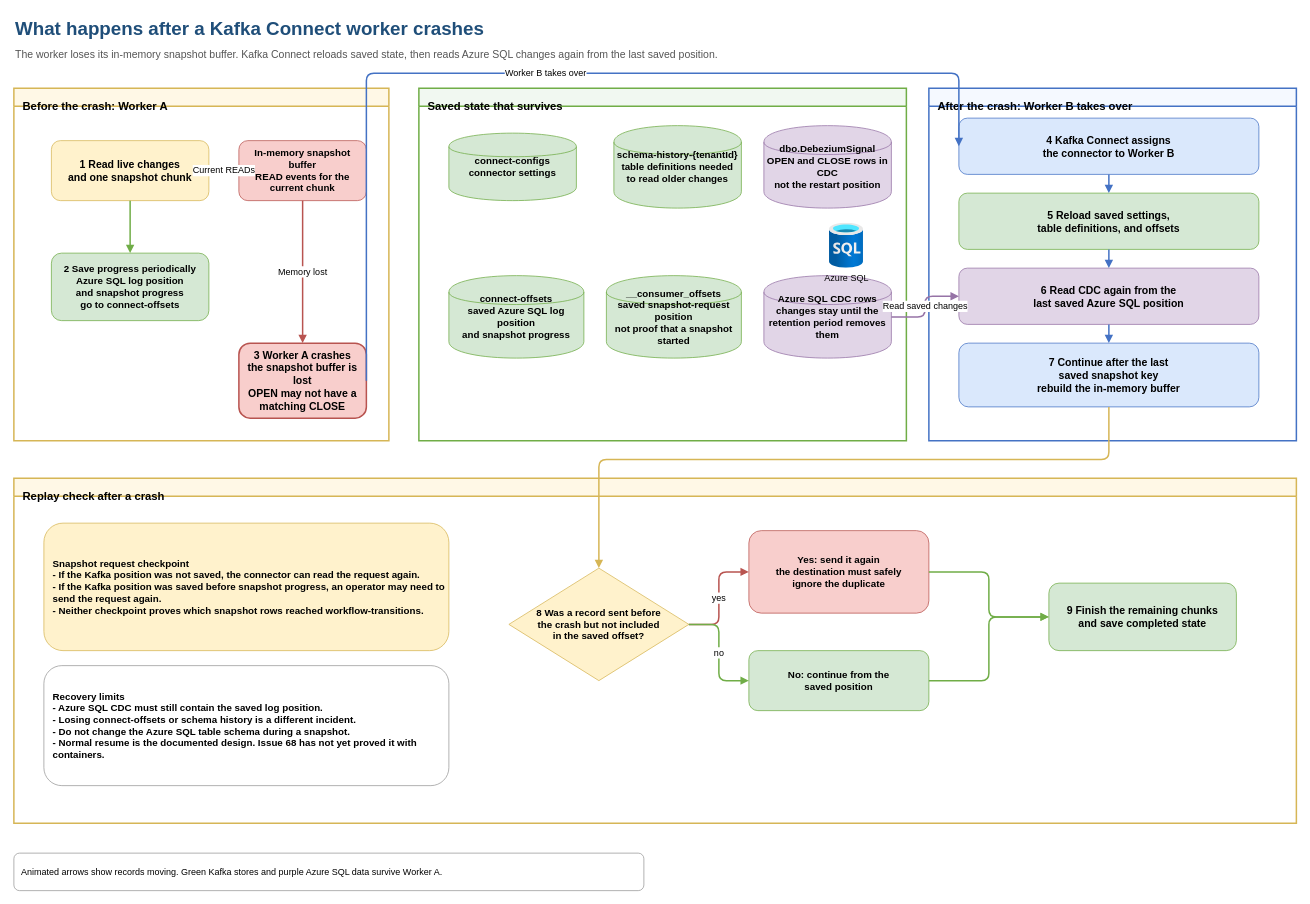
This is docs/diagrams/incremental-snapshot-recovery.drawio from collaborationwithothers/cdc-platform-azure, a draw.io file, before an edit. Source tidied: cells renumbered, new cells numbered last; positions are measured from the earlier drawing's top-left corner, leaving out a move shared by most shapes. Both pictures are drawn from the tidied source at 75%, with x=0, y=0 at pixel (14, 13).
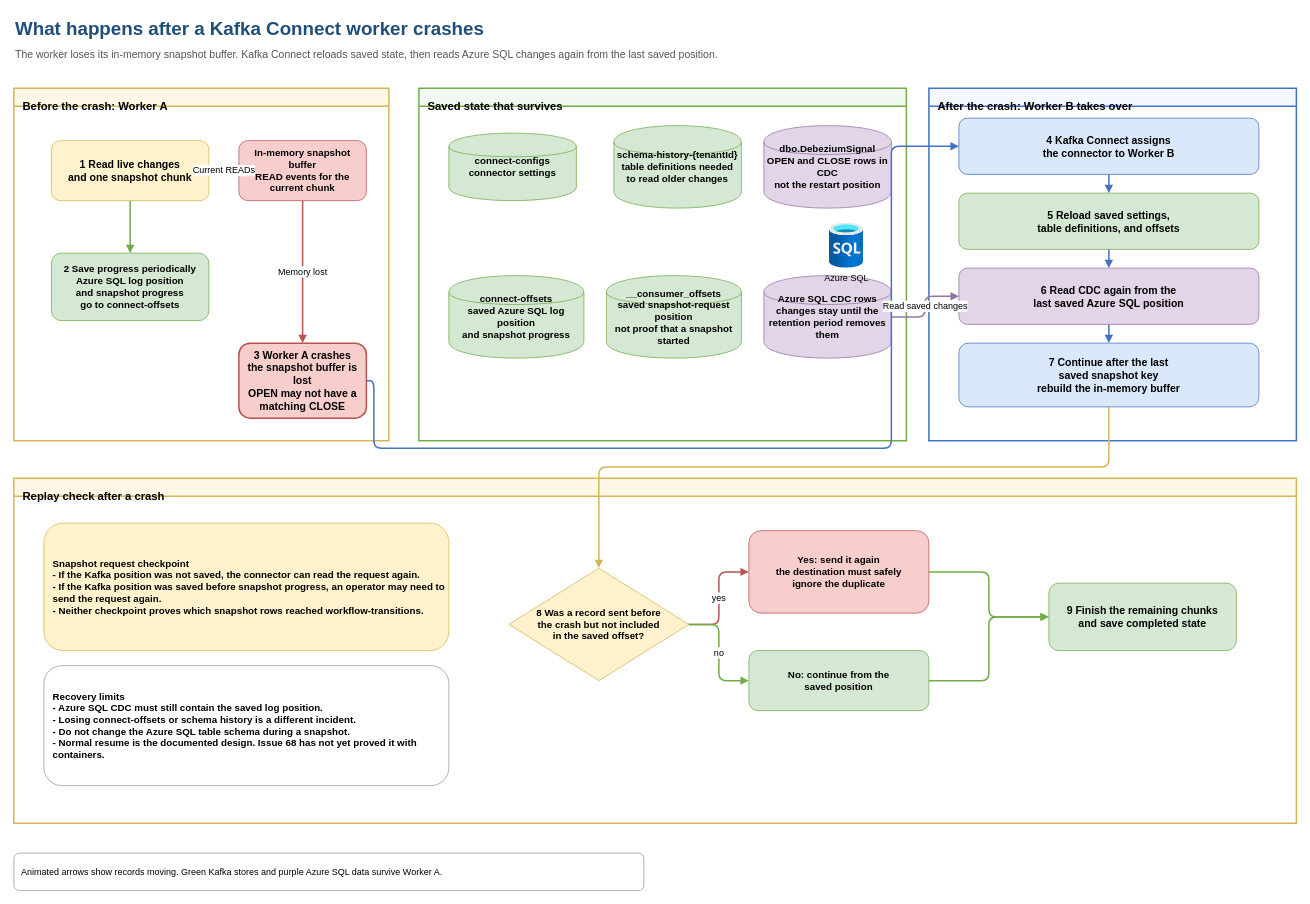
After the change.

Commit message:
docs: route recovery handoff clearly (#68)

Unchanged cells that the change refers to:
```xml
<mxCell id="10" value="3  Worker A crashes&lt;br&gt;the snapshot buffer is lost&lt;br&gt;OPEN may not have a matching CLOSE" style="html=1;rounded=1;whiteSpace=wrap;fillColor=#f8cecc;strokeColor=#b85450;strokeWidth=2;fontSize=14;fontStyle=1;" parent="4" vertex="1">
  <mxGeometry x="300" y="340" width="170" height="100" as="geometry" />
</mxCell>
<mxCell id="17" value="4  Kafka Connect assigns&lt;br&gt;the connector to Worker B" style="html=1;rounded=1;whiteSpace=wrap;fillColor=#dae8fc;strokeColor=#4472c4;fontSize=14;fontStyle=1;" parent="6" vertex="1">
  <mxGeometry x="40" y="40" width="400" height="75" as="geometry" />
</mxCell>
<mxCell id="20" value="7  Continue after the last&lt;br&gt;saved snapshot key&lt;br&gt;rebuild the in-memory buffer" style="html=1;rounded=1;whiteSpace=wrap;fillColor=#dae8fc;strokeColor=#4472c4;fontSize=14;fontStyle=1;" parent="6" vertex="1">
  <mxGeometry x="40" y="340" width="400" height="85" as="geometry" />
</mxCell>
<mxCell id="22" value="8  Was a record sent before&lt;br&gt;the crash but not included&lt;br&gt;in the saved offset?" style="html=1;rhombus;whiteSpace=wrap;fillColor=#fff2cc;strokeColor=#d6b656;fontSize=13;fontStyle=1;" parent="21" vertex="1">
  <mxGeometry x="660" y="120" width="240" height="150" as="geometry" />
</mxCell>
```

What changed in the source:
```diff
@@
-    <mxCell id="31" value="Worker B takes over" style="html=1;edgeStyle=orthogonalEdgeStyle;rounded=1;jettySize=auto;strokeColor=#4472c4;strokeWidth=2;endArrow=block;flowAnimation=1;fontSize=12;exitX=1;exitY=0.5;exitDx=0;exitDy=0;entryX=0;entryY=0.5;entryDx=0;entryDy=0;" parent="1" edge="1" source="10" target="17">
+    <mxCell id="31" style="html=1;edgeStyle=orthogonalEdgeStyle;rounded=1;jettySize=auto;strokeColor=#4472c4;strokeWidth=2;endArrow=block;flowAnimation=1;fontSize=12;exitX=1;exitY=0.5;exitDx=0;exitDy=0;entryX=0;entryY=0.5;entryDx=0;entryDy=0;" parent="1" edge="1" source="10" target="17">
       <mxGeometry relative="1" as="geometry">
         <Array as="points">
-          <mxPoint x="520" y="80" />
-          <mxPoint x="1200" y="80" />
+          <mxPoint x="480" y="580" />
+          <mxPoint x="1170" y="580" />
+          <mxPoint x="1170" y="178" />
         </Array>
       </mxGeometry>
     </mxCell>
@@
     <mxCell id="36" style="html=1;edgeStyle=orthogonalEdgeStyle;rounded=1;jettySize=auto;strokeColor=#d6b656;strokeWidth=2;endArrow=block;flowAnimation=1;exitX=0.5;exitY=1;exitDx=0;exitDy=0;entryX=0.5;entryY=0;entryDx=0;entryDy=0;exitX=0.5;exitY=1.0;exitDx=0;exitDy=0;exitPerimeter=0;entryX=0.5;entryY=0.0;entryDx=0;entryDy=0;entryPerimeter=0;" parent="1" edge="1" source="20" target="22">
       <mxGeometry relative="1" as="geometry">
         <Array as="points">
-          <mxPoint x="1460" y="595" />
-          <mxPoint x="780" y="595" />
+          <mxPoint x="1460" y="605" />
+          <mxPoint x="780" y="605" />
         </Array>
       </mxGeometry>
     </mxCell>
```
